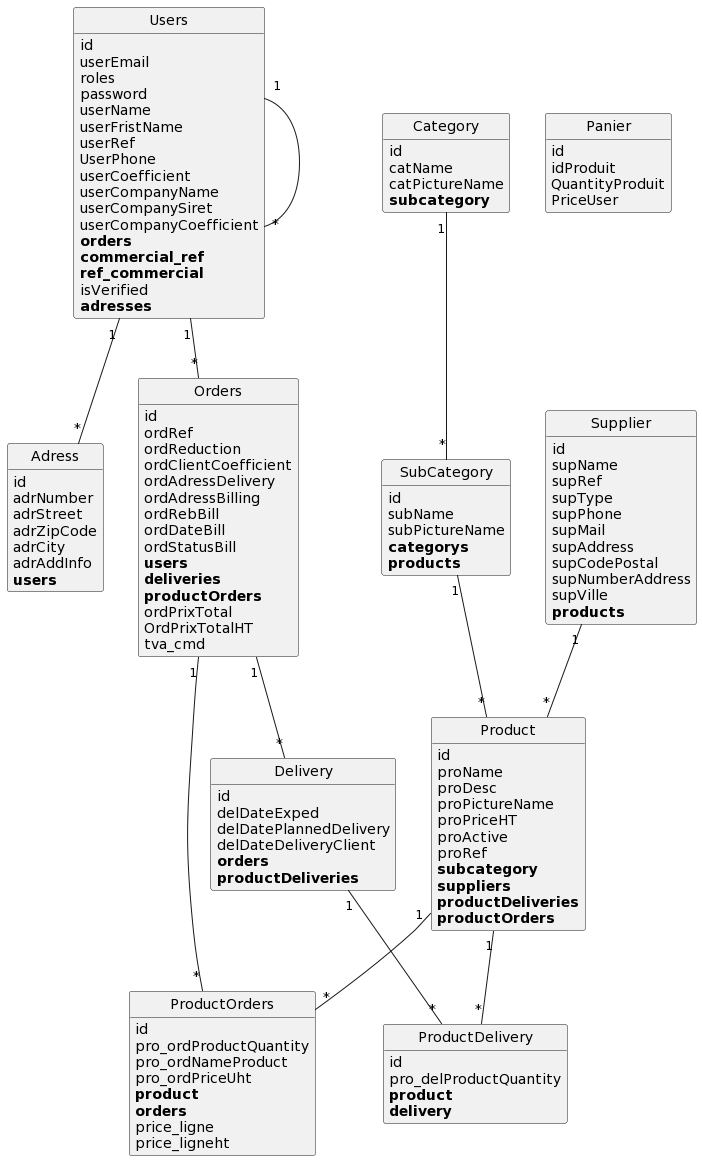
Earlier version of the PlantUML export puml/index.png (Debl0xMain/AppWeb).
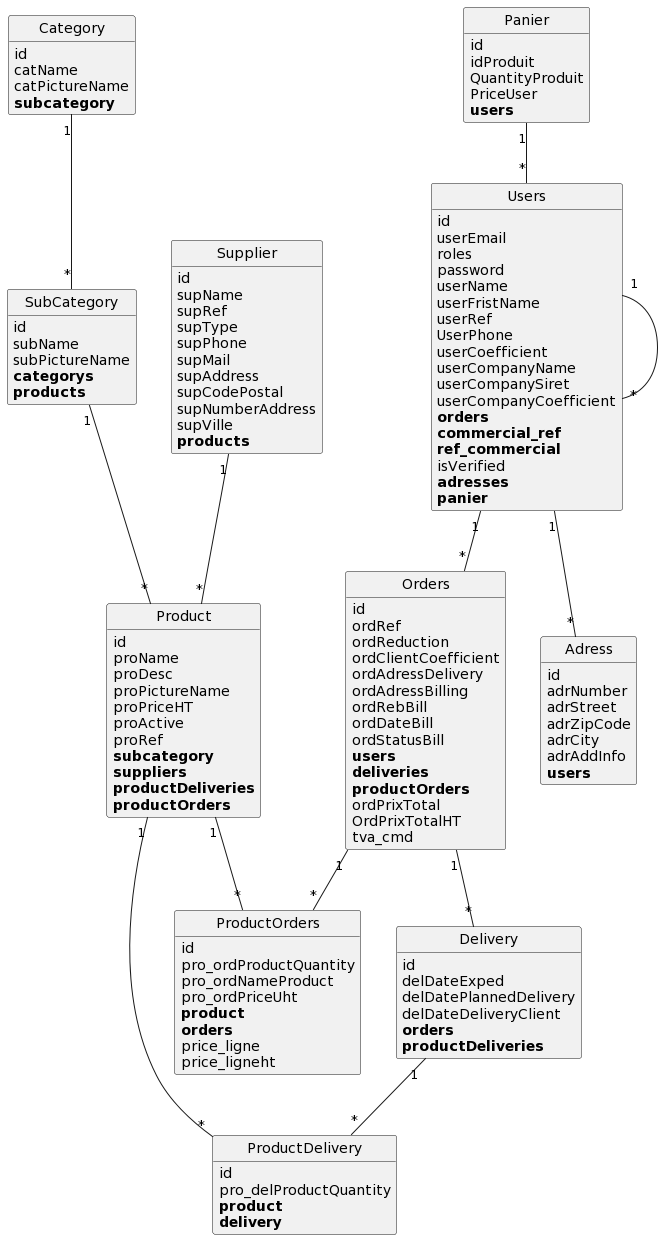
The same file after the commit.

Commit message:
add relation panier -> User

What changed in the source:
```diff
@@ -15,6 +15,7 @@
 	idProduit
 	QuantityProduit
 	PriceUser
+	**users**
 }
 
 class Users {
@@ -35,6 +36,7 @@
 	**ref_commercial**
 	isVerified
 	**adresses**
+	**panier**
 }
 
 class Category {
@@ -124,6 +126,7 @@
 	**products**
 }
 
+Panier "1"--"*" Users
 Users "1"--"*" Orders
 Users "1"--"*" Users
 Users "1"--"*" Adress
```
